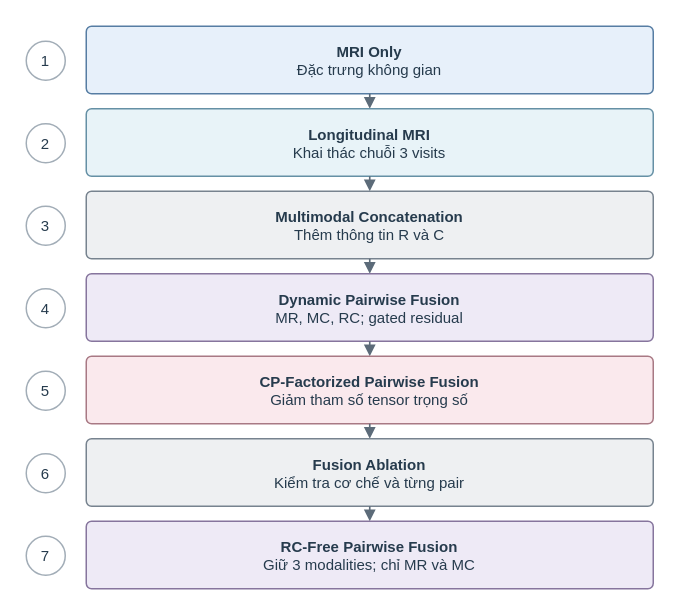
Earlier version of the draw.io diagram figures_source/architecture-evolution.drawio (moimoi05/kltn). Source tidied: cells renumbered, new cells numbered last; positions are measured from the earlier drawing's top-left corner, leaving out a move shared by most shapes. Both pictures are drawn from the tidied source at 150%, with x=0, y=0 at pixel (26, 26).
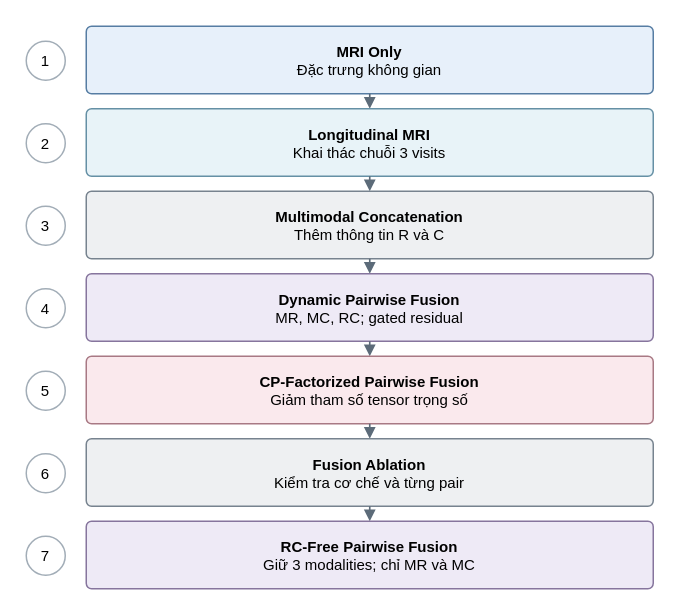
After the change.

Change to the diagram source:
```diff
@@
-    <mxCell id="2" value="1" style="html=1;fontFamily=Arial;fontColor=#263B4D;whiteSpace=wrap;ellipse;fillColor=#FFFFFF;strokeColor=#A2ADB7;strokeWidth=1;fontSize=10;" parent="1" vertex="1">
+    <mxCell id="2" value="1" style="html=1;fontFamily=Arial;fontColor=#000000;whiteSpace=wrap;ellipse;fillColor=#FFFFFF;strokeColor=#A2ADB7;strokeWidth=1;fontSize=10;" parent="1" vertex="1">
       <mxGeometry y="10" width="26" height="26" as="geometry" />
     </mxCell>
-    <mxCell id="3" value="&lt;b&gt;MRI Only&lt;/b&gt;&lt;br&gt;Đặc trưng không gian" style="html=1;fontFamily=Arial;fontColor=#263B4D;whiteSpace=wrap;rounded=1;arcSize=8;fillColor=#E7F0FA;strokeColor=#567DA3;strokeWidth=1;fontSize=10;spacing=5;" parent="1" vertex="1">
+    <mxCell id="3" value="&lt;b&gt;MRI Only&lt;/b&gt;&lt;br&gt;Đặc trưng không gian" style="html=1;fontFamily=Arial;fontColor=#000000;whiteSpace=wrap;rounded=1;arcSize=8;fillColor=#E7F0FA;strokeColor=#567DA3;strokeWidth=1;fontSize=10;spacing=5;" parent="1" vertex="1">
       <mxGeometry x="40" width="378" height="45" as="geometry" />
     </mxCell>
-    <mxCell id="4" style="html=1;fontFamily=Arial;fontColor=#263B4D;whiteSpace=wrap;edgeStyle=none;rounded=0;endArrow=block;endFill=1;endSize=5;startArrow=none;startFill=1;startSize=5;strokeColor=#5C6B79;strokeWidth=1.1;" parent="1" edge="1">
+    <mxCell id="4" style="html=1;fontFamily=Arial;fontColor=#000000;whiteSpace=wrap;edgeStyle=none;rounded=0;endArrow=block;endFill=1;endSize=5;startArrow=none;startFill=1;startSize=5;strokeColor=#5C6B79;strokeWidth=1.1;" parent="1" edge="1">
       <mxGeometry relative="1" as="geometry">
         <mxPoint x="229" y="45" as="sourcePoint" />
         <mxPoint x="229" y="55" as="targetPoint" />
       </mxGeometry>
     </mxCell>
-    <mxCell id="5" value="2" style="html=1;fontFamily=Arial;fontColor=#263B4D;whiteSpace=wrap;ellipse;fillColor=#FFFFFF;strokeColor=#A2ADB7;strokeWidth=1;fontSize=10;" parent="1" vertex="1">
+    <mxCell id="5" value="2" style="html=1;fontFamily=Arial;fontColor=#000000;whiteSpace=wrap;ellipse;fillColor=#FFFFFF;strokeColor=#A2ADB7;strokeWidth=1;fontSize=10;" parent="1" vertex="1">
       <mxGeometry y="65" width="26" height="26" as="geometry" />
     </mxCell>
-    <mxCell id="6" value="&lt;b&gt;Longitudinal MRI&lt;/b&gt;&lt;br&gt;Khai thác chuỗi 3 visits" style="html=1;fontFamily=Arial;fontColor=#263B4D;whiteSpace=wrap;rounded=1;arcSize=8;fillColor=#E8F3F8;strokeColor=#6590A5;strokeWidth=1;fontSize=10;spacing=5;" parent="1" vertex="1">
+    <mxCell id="6" value="&lt;b&gt;Longitudinal MRI&lt;/b&gt;&lt;br&gt;Khai thác chuỗi 3 visits" style="html=1;fontFamily=Arial;fontColor=#000000;whiteSpace=wrap;rounded=1;arcSize=8;fillColor=#E8F3F8;strokeColor=#6590A5;strokeWidth=1;fontSize=10;spacing=5;" parent="1" vertex="1">
       <mxGeometry x="40" y="55" width="378" height="45" as="geometry" />
     </mxCell>
-    <mxCell id="7" style="html=1;fontFamily=Arial;fontColor=#263B4D;whiteSpace=wrap;edgeStyle=none;rounded=0;endArrow=block;endFill=1;endSize=5;startArrow=none;startFill=1;startSize=5;strokeColor=#5C6B79;strokeWidth=1.1;" parent="1" edge="1">
+    <mxCell id="7" style="html=1;fontFamily=Arial;fontColor=#000000;whiteSpace=wrap;edgeStyle=none;rounded=0;endArrow=block;endFill=1;endSize=5;startArrow=none;startFill=1;startSize=5;strokeColor=#5C6B79;strokeWidth=1.1;" parent="1" edge="1">
       <mxGeometry relative="1" as="geometry">
         <mxPoint x="229" y="100" as="sourcePoint" />
         <mxPoint x="229" y="110" as="targetPoint" />
       </mxGeometry>
     </mxCell>
-    <mxCell id="8" value="3" style="html=1;fontFamily=Arial;fontColor=#263B4D;whiteSpace=wrap;ellipse;fillColor=#FFFFFF;strokeColor=#A2ADB7;strokeWidth=1;fontSize=10;" parent="1" vertex="1">
+    <mxCell id="8" value="3" style="html=1;fontFamily=Arial;fontColor=#000000;whiteSpace=wrap;ellipse;fillColor=#FFFFFF;strokeColor=#A2ADB7;strokeWidth=1;fontSize=10;" parent="1" vertex="1">
       <mxGeometry y="120" width="26" height="26" as="geometry" />
     </mxCell>
-    <mxCell id="9" value="&lt;b&gt;Multimodal Concatenation&lt;/b&gt;&lt;br&gt;Thêm thông tin R và C" style="html=1;fontFamily=Arial;fontColor=#263B4D;whiteSpace=wrap;rounded=1;arcSize=8;fillColor=#EEF0F2;strokeColor=#77838F;strokeWidth=1;fontSize=10;spacing=5;" parent="1" vertex="1">
+    <mxCell id="9" value="&lt;b&gt;Multimodal Concatenation&lt;/b&gt;&lt;br&gt;Thêm thông tin R và C" style="html=1;fontFamily=Arial;fontColor=#000000;whiteSpace=wrap;rounded=1;arcSize=8;fillColor=#EEF0F2;strokeColor=#77838F;strokeWidth=1;fontSize=10;spacing=5;" parent="1" vertex="1">
       <mxGeometry x="40" y="110" width="378" height="45" as="geometry" />
     </mxCell>
-    <mxCell id="10" style="html=1;fontFamily=Arial;fontColor=#263B4D;whiteSpace=wrap;edgeStyle=none;rounded=0;endArrow=block;endFill=1;endSize=5;startArrow=none;startFill=1;startSize=5;strokeColor=#5C6B79;strokeWidth=1.1;" parent="1" edge="1">
+    <mxCell id="10" style="html=1;fontFamily=Arial;fontColor=#000000;whiteSpace=wrap;edgeStyle=none;rounded=0;endArrow=block;endFill=1;endSize=5;startArrow=none;startFill=1;startSize=5;strokeColor=#5C6B79;strokeWidth=1.1;" parent="1" edge="1">
       <mxGeometry relative="1" as="geometry">
         <mxPoint x="229" y="155" as="sourcePoint" />
         <mxPoint x="229" y="165" as="targetPoint" />
       </mxGeometry>
     </mxCell>
-    <mxCell id="11" value="4" style="html=1;fontFamily=Arial;fontColor=#263B4D;whiteSpace=wrap;ellipse;fillColor=#FFFFFF;strokeColor=#A2ADB7;strokeWidth=1;fontSize=10;" parent="1" vertex="1">
+    <mxCell id="11" value="4" style="html=1;fontFamily=Arial;fontColor=#000000;whiteSpace=wrap;ellipse;fillColor=#FFFFFF;strokeColor=#A2ADB7;strokeWidth=1;fontSize=10;" parent="1" vertex="1">
       <mxGeometry y="175" width="26" height="26" as="geometry" />
     </mxCell>
-    <mxCell id="12" value="&lt;b&gt;Dynamic Pairwise Fusion&lt;/b&gt;&lt;br&gt;MR, MC, RC; gated residual" style="html=1;fontFamily=Arial;fontColor=#263B4D;whiteSpace=wrap;rounded=1;arcSize=8;fillColor=#EEEAF6;strokeColor=#86759D;strokeWidth=1;fontSize=10;spacing=5;" parent="1" vertex="1">
+    <mxCell id="12" value="&lt;b&gt;Dynamic Pairwise Fusion&lt;/b&gt;&lt;br&gt;MR, MC, RC; gated residual" style="html=1;fontFamily=Arial;fontColor=#000000;whiteSpace=wrap;rounded=1;arcSize=8;fillColor=#EEEAF6;strokeColor=#86759D;strokeWidth=1;fontSize=10;spacing=5;" parent="1" vertex="1">
       <mxGeometry x="40" y="165" width="378" height="45" as="geometry" />
     </mxCell>
-    <mxCell id="13" style="html=1;fontFamily=Arial;fontColor=#263B4D;whiteSpace=wrap;edgeStyle=none;rounded=0;endArrow=block;endFill=1;endSize=5;startArrow=none;startFill=1;startSize=5;strokeColor=#5C6B79;strokeWidth=1.1;" parent="1" edge="1">
+    <mxCell id="13" style="html=1;fontFamily=Arial;fontColor=#000000;whiteSpace=wrap;edgeStyle=none;rounded=0;endArrow=block;endFill=1;endSize=5;startArrow=none;startFill=1;startSize=5;strokeColor=#5C6B79;strokeWidth=1.1;" parent="1" edge="1">
       <mxGeometry relative="1" as="geometry">
         <mxPoint x="229" y="210" as="sourcePoint" />
         <mxPoint x="229" y="220" as="targetPoint" />
       </mxGeometry>
     </mxCell>
-    <mxCell id="14" value="5" style="html=1;fontFamily=Arial;fontColor=#263B4D;whiteSpace=wrap;ellipse;fillColor=#FFFFFF;strokeColor=#A2ADB7;strokeWidth=1;fontSize=10;" parent="1" vertex="1">
+    <mxCell id="14" value="5" style="html=1;fontFamily=Arial;fontColor=#000000;whiteSpace=wrap;ellipse;fillColor=#FFFFFF;strokeColor=#A2ADB7;strokeWidth=1;fontSize=10;" parent="1" vertex="1">
       <mxGeometry y="230" width="26" height="26" as="geometry" />
     </mxCell>
-    <mxCell id="15" value="&lt;b&gt;CP-Factorized Pairwise Fusion&lt;/b&gt;&lt;br&gt;Giảm tham số tensor trọng số" style="html=1;fontFamily=Arial;fontColor=#263B4D;whiteSpace=wrap;rounded=1;arcSize=8;fillColor=#FAE9ED;strokeColor=#A87984;strokeWidth=1;fontSize=10;spacing=5;" parent="1" vertex="1">
+    <mxCell id="15" value="&lt;b&gt;CP-Factorized Pairwise Fusion&lt;/b&gt;&lt;br&gt;Giảm tham số tensor trọng số" style="html=1;fontFamily=Arial;fontColor=#000000;whiteSpace=wrap;rounded=1;arcSize=8;fillColor=#FAE9ED;strokeColor=#A87984;strokeWidth=1;fontSize=10;spacing=5;" parent="1" vertex="1">
       <mxGeometry x="40" y="220" width="378" height="45" as="geometry" />
     </mxCell>
-    <mxCell id="16" style="html=1;fontFamily=Arial;fontColor=#263B4D;whiteSpace=wrap;edgeStyle=none;rounded=0;endArrow=block;endFill=1;endSize=5;startArrow=none;startFill=1;startSize=5;strokeColor=#5C6B79;strokeWidth=1.1;" parent="1" edge="1">
+    <mxCell id="16" style="html=1;fontFamily=Arial;fontColor=#000000;whiteSpace=wrap;edgeStyle=none;rounded=0;endArrow=block;endFill=1;endSize=5;startArrow=none;startFill=1;startSize=5;strokeColor=#5C6B79;strokeWidth=1.1;" parent="1" edge="1">
       <mxGeometry relative="1" as="geometry">
         <mxPoint x="229" y="265" as="sourcePoint" />
         <mxPoint x="229" y="275" as="targetPoint" />
       </mxGeometry>
     </mxCell>
-    <mxCell id="17" value="6" style="html=1;fontFamily=Arial;fontColor=#263B4D;whiteSpace=wrap;ellipse;fillColor=#FFFFFF;strokeColor=#A2ADB7;strokeWidth=1;fontSize=10;" parent="1" vertex="1">
+    <mxCell id="17" value="6" style="html=1;fontFamily=Arial;fontColor=#000000;whiteSpace=wrap;ellipse;fillColor=#FFFFFF;strokeColor=#A2ADB7;strokeWidth=1;fontSize=10;" parent="1" vertex="1">
       <mxGeometry y="285" width="26" height="26" as="geometry" />
     </mxCell>
-    <mxCell id="18" value="&lt;b&gt;Fusion Ablation&lt;/b&gt;&lt;br&gt;Kiểm tra cơ chế và từng pair" style="html=1;fontFamily=Arial;fontColor=#263B4D;whiteSpace=wrap;rounded=1;arcSize=8;fillColor=#EEF0F2;strokeColor=#77838F;strokeWidth=1;fontSize=10;spacing=5;" parent="1" vertex="1">
+    <mxCell id="18" value="&lt;b&gt;Fusion Ablation&lt;/b&gt;&lt;br&gt;Kiểm tra cơ chế và từng pair" style="html=1;fontFamily=Arial;fontColor=#000000;whiteSpace=wrap;rounded=1;arcSize=8;fillColor=#EEF0F2;strokeColor=#77838F;strokeWidth=1;fontSize=10;spacing=5;" parent="1" vertex="1">
       <mxGeometry x="40" y="275" width="378" height="45" as="geometry" />
     </mxCell>
-    <mxCell id="19" style="html=1;fontFamily=Arial;fontColor=#263B4D;whiteSpace=wrap;edgeStyle=none;rounded=0;endArrow=block;endFill=1;endSize=5;startArrow=none;startFill=1;startSize=5;strokeColor=#5C6B79;strokeWidth=1.1;" parent="1" edge="1">
+    <mxCell id="19" style="html=1;fontFamily=Arial;fontColor=#000000;whiteSpace=wrap;edgeStyle=none;rounded=0;endArrow=block;endFill=1;endSize=5;startArrow=none;startFill=1;startSize=5;strokeColor=#5C6B79;strokeWidth=1.1;" parent="1" edge="1">
       <mxGeometry relative="1" as="geometry">
         <mxPoint x="229" y="320" as="sourcePoint" />
         <mxPoint x="229" y="330" as="targetPoint" />
       </mxGeometry>
     </mxCell>
-    <mxCell id="20" value="7" style="html=1;fontFamily=Arial;fontColor=#263B4D;whiteSpace=wrap;ellipse;fillColor=#FFFFFF;strokeColor=#A2ADB7;strokeWidth=1;fontSize=10;" parent="1" vertex="1">
+    <mxCell id="20" value="7" style="html=1;fontFamily=Arial;fontColor=#000000;whiteSpace=wrap;ellipse;fillColor=#FFFFFF;strokeColor=#A2ADB7;strokeWidth=1;fontSize=10;" parent="1" vertex="1">
       <mxGeometry y="340" width="26" height="26" as="geometry" />
     </mxCell>
-    <mxCell id="21" value="&lt;b&gt;RC-Free Pairwise Fusion&lt;/b&gt;&lt;br&gt;Giữ 3 modalities; chỉ MR và MC" style="html=1;fontFamily=Arial;fontColor=#263B4D;whiteSpace=wrap;rounded=1;arcSize=8;fillColor=#EEEAF6;strokeColor=#86759D;strokeWidth=1;fontSize=10;spacing=5;" parent="1" vertex="1">
+    <mxCell id="21" value="&lt;b&gt;RC-Free Pairwise Fusion&lt;/b&gt;&lt;br&gt;Giữ 3 modalities; chỉ MR và MC" style="html=1;fontFamily=Arial;fontColor=#000000;whiteSpace=wrap;rounded=1;arcSize=8;fillColor=#EEEAF6;strokeColor=#86759D;strokeWidth=1;fontSize=10;spacing=5;" parent="1" vertex="1">
       <mxGeometry x="40" y="330" width="378" height="45" as="geometry" />
     </mxCell>
```
